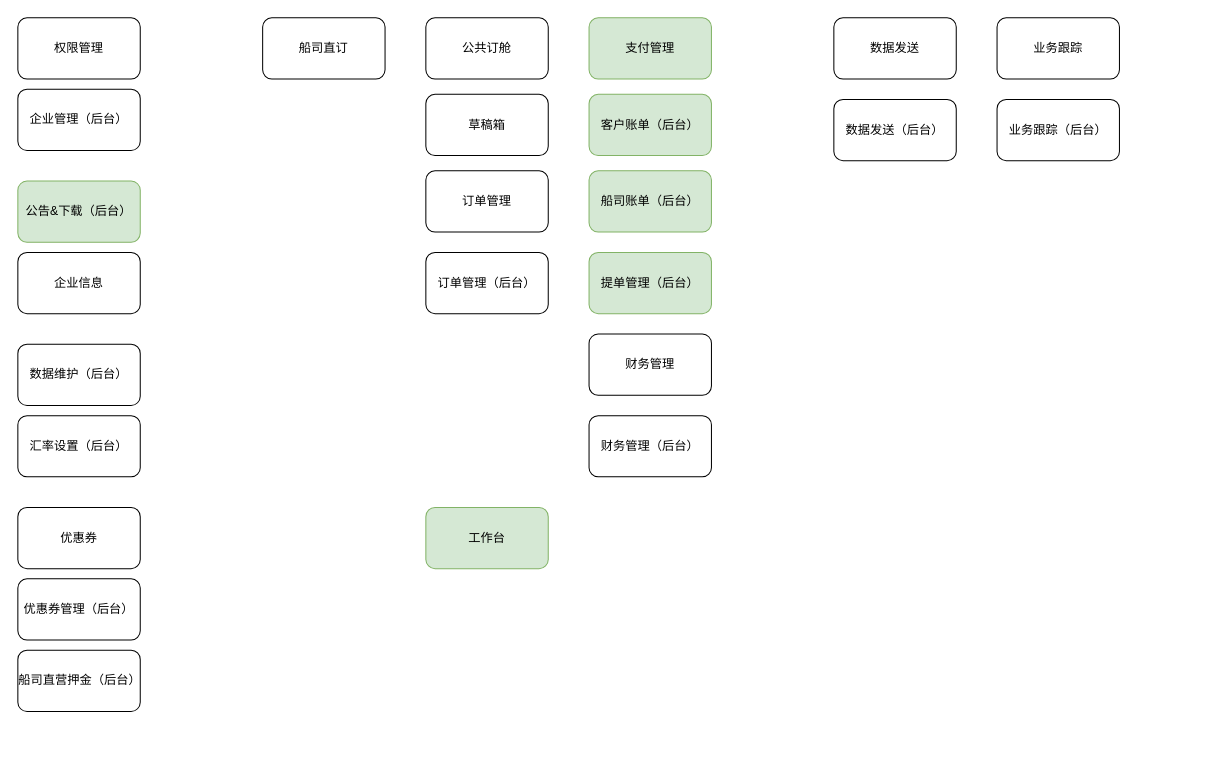
Earlier version of the draw.io diagram booking/开发模块.drawio (caixuecheng/track-drawio). Source tidied: cells renumbered, new cells numbered last; positions are measured from the earlier drawing's top-left corner, leaving out a move shared by most shapes. Both pictures are drawn from the tidied source at 102%, with x=0, y=0 at pixel (17, 17).
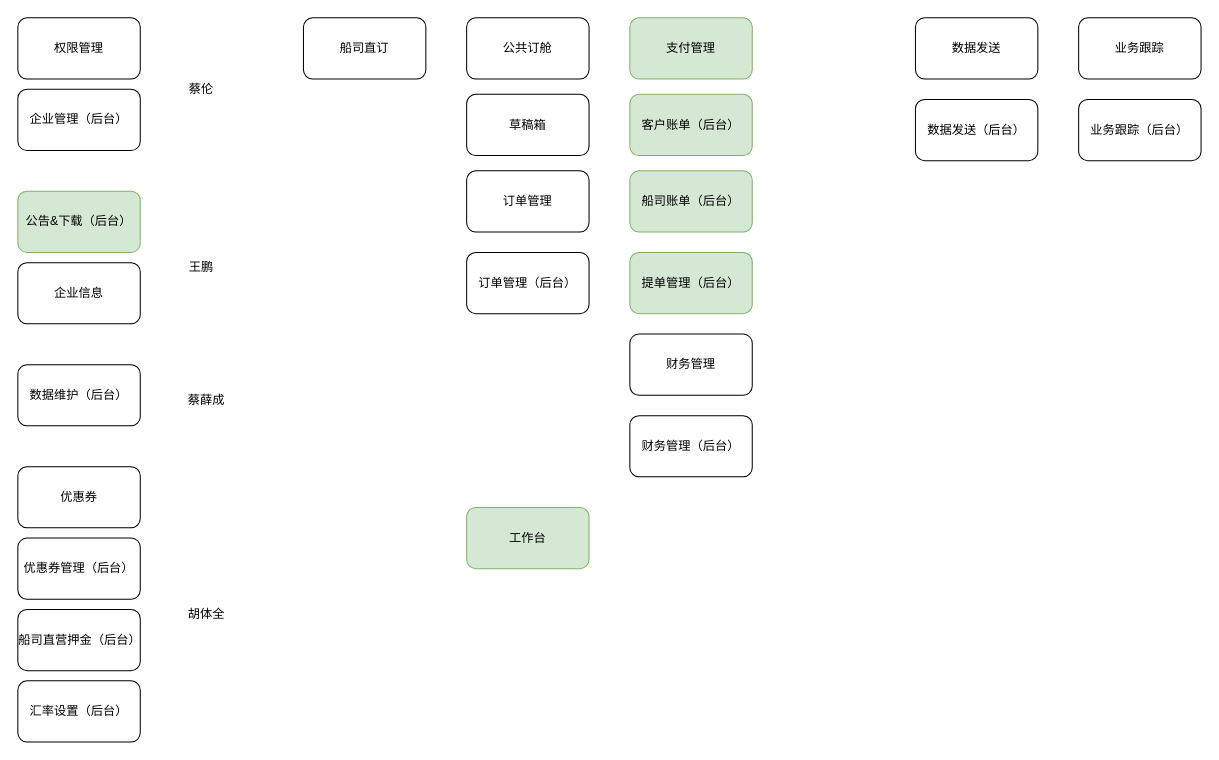
The same diagram, later.

Commit message:
更新开发模块.drawio

The edit, as a diff of the source:
```diff
@@
     <mxCell id="4" value="公告&amp;amp;下载（后台）" style="rounded=1;whiteSpace=wrap;html=1;fillColor=#d5e8d4;strokeColor=#82b366;" parent="1" vertex="1">
-      <mxGeometry y="160" width="120" height="60" as="geometry" />
+      <mxGeometry y="170" width="120" height="60" as="geometry" />
     </mxCell>
     <mxCell id="5" value="企业信息" style="rounded=1;whiteSpace=wrap;html=1;" parent="1" vertex="1">
-      <mxGeometry y="230" width="120" height="60" as="geometry" />
+      <mxGeometry y="240" width="120" height="60" as="geometry" />
     </mxCell>
     <mxCell id="6" value="数据维护（后台）" style="rounded=1;whiteSpace=wrap;html=1;" parent="1" vertex="1">
-      <mxGeometry y="320" width="120" height="60" as="geometry" />
+      <mxGeometry y="340" width="120" height="60" as="geometry" />
     </mxCell>
     <mxCell id="7" value="汇率设置（后台）" style="rounded=1;whiteSpace=wrap;html=1;" parent="1" vertex="1">
-      <mxGeometry y="390" width="120" height="60" as="geometry" />
+      <mxGeometry y="650" width="120" height="60" as="geometry" />
     </mxCell>
     <mxCell id="8" value="优惠券" style="rounded=1;whiteSpace=wrap;html=1;" parent="1" vertex="1">
-      <mxGeometry y="480" width="120" height="60" as="geometry" />
+      <mxGeometry y="440" width="120" height="60" as="geometry" />
     </mxCell>
     <mxCell id="9" value="优惠券管理（后台）" style="rounded=1;whiteSpace=wrap;html=1;" parent="1" vertex="1">
-      <mxGeometry y="550" width="120" height="60" as="geometry" />
+      <mxGeometry y="510" width="120" height="60" as="geometry" />
     </mxCell>
     <mxCell id="10" value="船司直营押金（后台）" style="rounded=1;whiteSpace=wrap;html=1;" parent="1" vertex="1">
-      <mxGeometry y="620" width="120" height="60" as="geometry" />
+      <mxGeometry y="580" width="120" height="60" as="geometry" />
     </mxCell>
     <mxCell id="11" value="船司直订" style="rounded=1;whiteSpace=wrap;html=1;" parent="1" vertex="1">
-      <mxGeometry x="240" width="120" height="60" as="geometry" />
+      <mxGeometry x="280" width="120" height="60" as="geometry" />
     </mxCell>
     <mxCell id="12" value="公共订舱" style="rounded=1;whiteSpace=wrap;html=1;" parent="1" vertex="1">
-      <mxGeometry x="400" width="120" height="60" as="geometry" />
+      <mxGeometry x="440" width="120" height="60" as="geometry" />
     </mxCell>
     <mxCell id="13" value="草稿箱" style="rounded=1;whiteSpace=wrap;html=1;" parent="1" vertex="1">
-      <mxGeometry x="400" y="75" width="120" height="60" as="geometry" />
+      <mxGeometry x="440" y="75" width="120" height="60" as="geometry" />
     </mxCell>
     <mxCell id="14" value="订单管理" style="rounded=1;whiteSpace=wrap;html=1;" parent="1" vertex="1">
-      <mxGeometry x="400" y="150" width="120" height="60" as="geometry" />
+      <mxGeometry x="440" y="150" width="120" height="60" as="geometry" />
     </mxCell>
     <mxCell id="15" value="订单管理（后台）" style="rounded=1;whiteSpace=wrap;html=1;" parent="1" vertex="1">
-      <mxGeometry x="400" y="230" width="120" height="60" as="geometry" />
+      <mxGeometry x="440" y="230" width="120" height="60" as="geometry" />
     </mxCell>
     <mxCell id="16" value="支付管理" style="rounded=1;whiteSpace=wrap;html=1;fillColor=#d5e8d4;strokeColor=#82b366;" parent="1" vertex="1">
-      <mxGeometry x="560" width="120" height="60" as="geometry" />
+      <mxGeometry x="600" width="120" height="60" as="geometry" />
     </mxCell>
     <mxCell id="17" value="客户账单（后台）" style="rounded=1;whiteSpace=wrap;html=1;fillColor=#d5e8d4;strokeColor=#82b366;" parent="1" vertex="1">
-      <mxGeometry x="560" y="75" width="120" height="60" as="geometry" />
+      <mxGeometry x="600" y="75" width="120" height="60" as="geometry" />
     </mxCell>
     <mxCell id="18" value="船司账单（后台）" style="rounded=1;whiteSpace=wrap;html=1;fillColor=#d5e8d4;strokeColor=#82b366;" parent="1" vertex="1">
-      <mxGeometry x="560" y="150" width="120" height="60" as="geometry" />
+      <mxGeometry x="600" y="150" width="120" height="60" as="geometry" />
     </mxCell>
     <mxCell id="19" value="提单管理（后台）" style="rounded=1;whiteSpace=wrap;html=1;fillColor=#d5e8d4;strokeColor=#82b366;" parent="1" vertex="1">
-      <mxGeometry x="560" y="230" width="120" height="60" as="geometry" />
+      <mxGeometry x="600" y="230" width="120" height="60" as="geometry" />
     </mxCell>
     <mxCell id="20" value="财务管理" style="rounded=1;whiteSpace=wrap;html=1;" parent="1" vertex="1">
-      <mxGeometry x="560" y="310" width="120" height="60" as="geometry" />
+      <mxGeometry x="600" y="310" width="120" height="60" as="geometry" />
     </mxCell>
     <mxCell id="21" value="财务管理（后台）" style="rounded=1;whiteSpace=wrap;html=1;" parent="1" vertex="1">
-      <mxGeometry x="560" y="390" width="120" height="60" as="geometry" />
+      <mxGeometry x="600" y="390" width="120" height="60" as="geometry" />
     </mxCell>
     <mxCell id="22" value="工作台" style="rounded=1;whiteSpace=wrap;html=1;fillColor=#d5e8d4;strokeColor=#82b366;" parent="1" vertex="1">
-      <mxGeometry x="400" y="480" width="120" height="60" as="geometry" />
+      <mxGeometry x="440" y="480" width="120" height="60" as="geometry" />
     </mxCell>
     <mxCell id="23" value="数据发送" style="rounded=1;whiteSpace=wrap;html=1;" parent="1" vertex="1">
-      <mxGeometry x="800" width="120" height="60" as="geometry" />
+      <mxGeometry x="880" width="120" height="60" as="geometry" />
     </mxCell>
     <mxCell id="24" value="数据发送（后台）" style="rounded=1;whiteSpace=wrap;html=1;" parent="1" vertex="1">
-      <mxGeometry x="800" y="80" width="120" height="60" as="geometry" />
+      <mxGeometry x="880" y="80" width="120" height="60" as="geometry" />
     </mxCell>
     <mxCell id="25" value="业务跟踪" style="rounded=1;whiteSpace=wrap;html=1;" parent="1" vertex="1">
-      <mxGeometry x="960" width="120" height="60" as="geometry" />
+      <mxGeometry x="1040" width="120" height="60" as="geometry" />
     </mxCell>
     <mxCell id="26" value="业务跟踪（后台）" style="rounded=1;whiteSpace=wrap;html=1;" parent="1" vertex="1">
-      <mxGeometry x="960" y="80" width="120" height="60" as="geometry" />
+      <mxGeometry x="1040" y="80" width="120" height="60" as="geometry" />
     </mxCell>
+    <mxCell id="27" value="蔡伦" style="text;html=1;strokeColor=none;fillColor=none;align=center;verticalAlign=middle;whiteSpace=wrap;rounded=0;" parent="1" vertex="1">
+      <mxGeometry x="160" y="60" width="40" height="20" as="geometry" />
+    </mxCell>
+    <mxCell id="28" value="王鹏" style="text;html=1;strokeColor=none;fillColor=none;align=center;verticalAlign=middle;whiteSpace=wrap;rounded=0;" parent="1" vertex="1">
+      <mxGeometry x="160" y="235" width="40" height="20" as="geometry" />
+    </mxCell>
+    <mxCell id="29" value="蔡薛成" style="text;html=1;strokeColor=none;fillColor=none;align=center;verticalAlign=middle;whiteSpace=wrap;rounded=0;" parent="1" vertex="1">
+      <mxGeometry x="160" y="365" width="50" height="20" as="geometry" />
+    </mxCell>
+    <mxCell id="30" value="胡体全" style="text;html=1;strokeColor=none;fillColor=none;align=center;verticalAlign=middle;whiteSpace=wrap;rounded=0;" parent="1" vertex="1">
+      <mxGeometry x="160" y="575" width="50" height="20" as="geometry" />
+    </mxCell>
```
